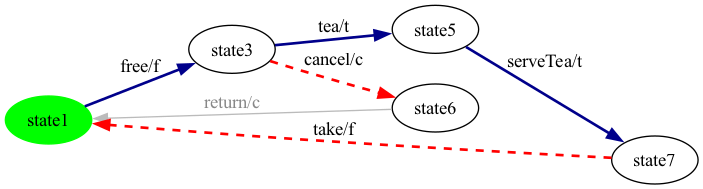
This is milestone-reports/per-product-all-states/SVM/SVM-product1-walk.png from dilekozturk93/vibes, a Graphviz export, as it was before one commit. Its source is kept beside it as milestone-reports/per-product-all-states/SVM/SVM-product1-walk.dot. The source it was exported from:
```dot
digraph G {
rankdir=LR;
state0[ label = "state1", style=filled, color=green ];
state1 [ label = "state6" ];
state2 [ label = "state5" ];
state3 [ label = "state7" ];
state4 [ label = "state3" ];
state2 -> state3 [ label=" serveTea/t ", style=bold, color=darkblue, penwidth=2 ];
state3 -> state0 [ label=" take/f ", style=dashed, color=red, penwidth=2 ];
state4 -> state1 [ label=" cancel/c ", style=dashed, color=red, penwidth=2 ];
state0 -> state4 [ label=" free/f ", style=bold, color=darkblue, penwidth=2 ];
state1 -> state0 [ label=" return/c ", color="#bbbbbb", fontcolor="#888888" ];
state4 -> state2 [ label=" tea/t ", style=bold, color=darkblue, penwidth=2 ];
}
```
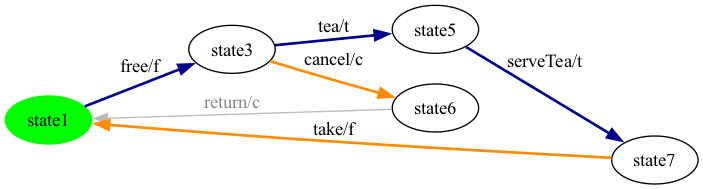
The same diagram one commit later.

The edit, as a diff of the source:
```diff
@@ -6,8 +6,8 @@
 state3 [ label = "state7" ];
 state4 [ label = "state3" ];
 state2 -> state3 [ label=" serveTea/t ", style=bold, color=darkblue, penwidth=2 ];
-state3 -> state0 [ label=" take/f ", style=dashed, color=red, penwidth=2 ];
-state4 -> state1 [ label=" cancel/c ", style=dashed, color=red, penwidth=2 ];
+state3 -> state0 [ label=" take/f ", style=bold, color=darkorange, penwidth=2 ];
+state4 -> state1 [ label=" cancel/c ", style=bold, color=darkorange, penwidth=2 ];
 state0 -> state4 [ label=" free/f ", style=bold, color=darkblue, penwidth=2 ];
 state1 -> state0 [ label=" return/c ", color="#bbbbbb", fontcolor="#888888" ];
 state4 -> state2 [ label=" tea/t ", style=bold, color=darkblue, penwidth=2 ];
```
